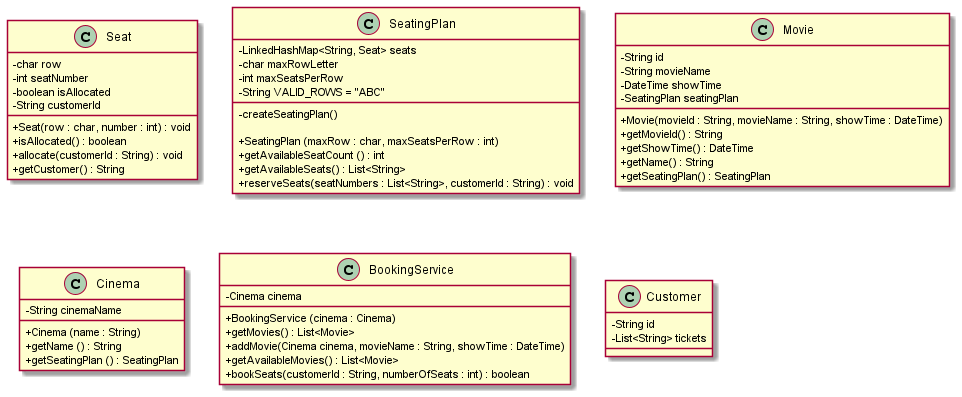
probert999/cinnamon-cinema keeps this PlantUML diagram as uml/CinnamonCinema.png. Above is the earlier version.
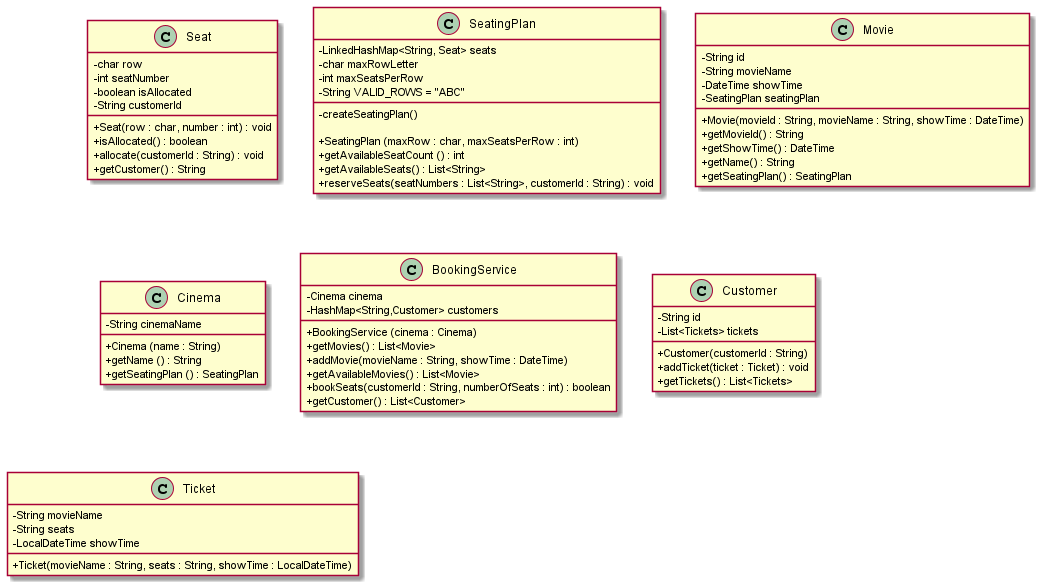
After the change.

What changed in the source:
```diff
@@ -50,18 +50,32 @@
 
 class BookingService {
     - Cinema cinema
+    - HashMap<String,Customer> customers
 
     + BookingService (cinema : Cinema)
     + getMovies() : List<Movie>
-    + addMovie(Cinema cinema, movieName : String, showTime : DateTime)
+    + addMovie(movieName : String, showTime : DateTime)
     + getAvailableMovies() : List<Movie>
     + bookSeats(customerId : String, numberOfSeats : int) : boolean
+    + getCustomer() : List<Customer>
 }
 
 class Customer {
     - String id
-    - List<String> tickets
+    - List<Tickets> tickets
+
+    + Customer(customerId : String)
+    + addTicket(ticket : Ticket) : void
+    + getTickets() : List<Tickets>
 }
+
+class Ticket {
+    - String movieName
+    - String seats
+    - LocalDateTime showTime
+
+    + Ticket(movieName : String, seats : String, showTime : LocalDateTime)
+    }
 
 
 @enduml
```
